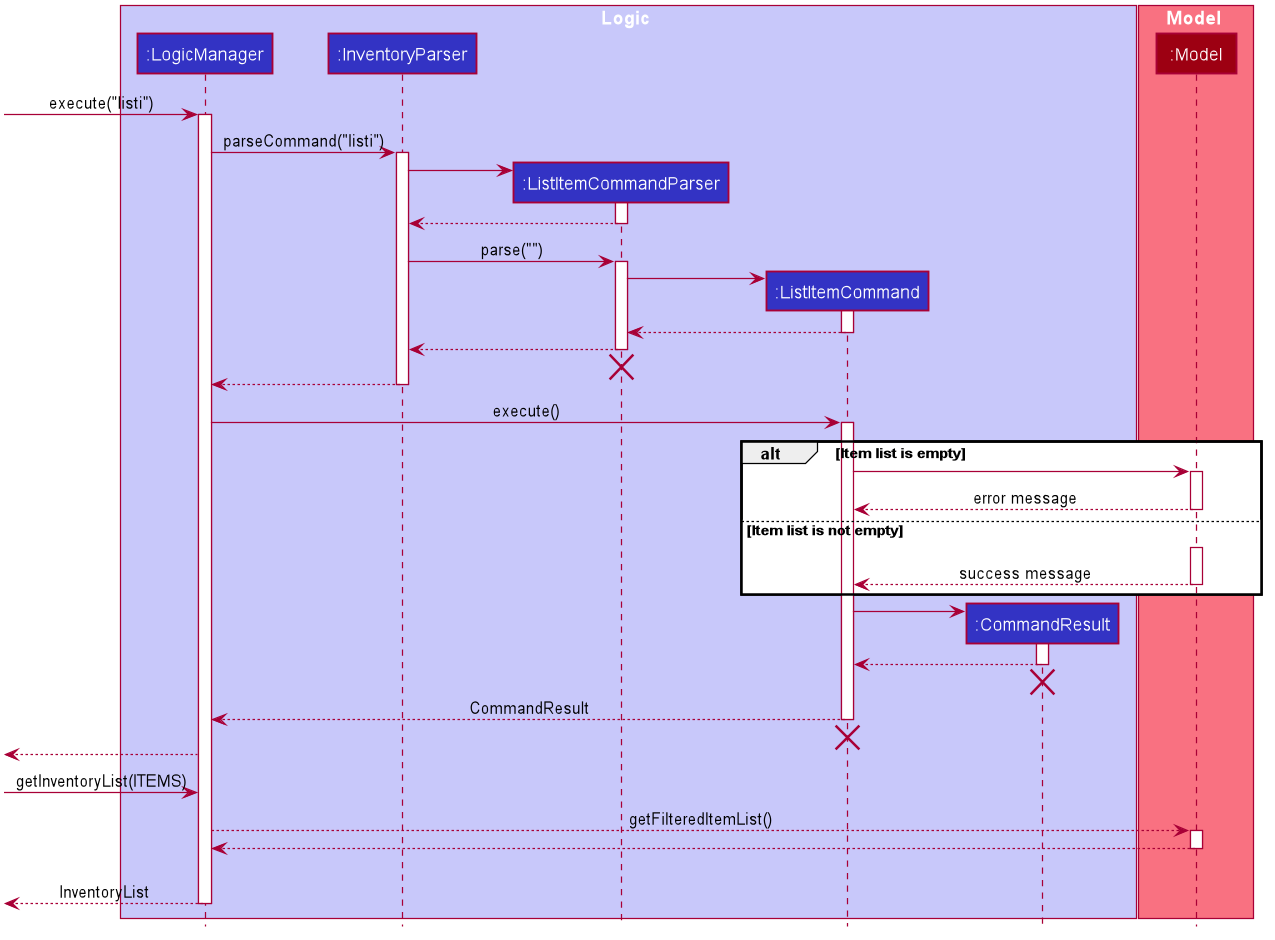
Before: docs/images/commandseqdiagrams/ListItemSequenceDiagram.png, a diagram exported from PlantUML (nus-cs2103-AY2021S1/tp). Source of this version:
```plantuml
@startuml








skinparam BackgroundColor #FFFFFFF

skinparam Shadowing false

skinparam Class {
    FontColor #FFFFFF
    BorderThickness 1
    BorderColor #FFFFFF
    StereotypeFontColor #FFFFFF
    FontName Arial
}

skinparam Actor {
    BorderColor #000000
    Color #000000
    FontName Arial
}

skinparam Sequence {
    MessageAlign center
    BoxFontSize 15
    BoxPadding 0
    BoxFontColor #FFFFFF
    FontName Arial
}

skinparam Participant {
    FontColor #FFFFFFF
    Padding 20
}

skinparam MinClassWidth 50
skinparam ParticipantPadding 10
skinparam Shadowing false
skinparam DefaultTextAlignment center
skinparam packageStyle Rectangle

hide footbox
hide members
hide circle

box Logic #C8C8FA
participant ":LogicManager" as LogicManager #3333C4
participant ":InventoryParser" as InventoryParser #3333C4
participant ":ListItemCommandParser" as ListItemCommandParser #3333C4
participant ":ListItemCommand" as ListItemCommand #3333C4
participant ":CommandResult" as CommandResult #3333C4

end box

box Model #F97181
participant ":Model" as Model #9D0012
end box

[-> LogicManager : execute("listi")
activate LogicManager

LogicManager -> InventoryParser : parseCommand("listi")
activate InventoryParser

create ListItemCommandParser
InventoryParser -> ListItemCommandParser
activate ListItemCommandParser

ListItemCommandParser --> InventoryParser
deactivate ListItemCommandParser

InventoryParser -> ListItemCommandParser : parse("")
activate ListItemCommandParser

create ListItemCommand
ListItemCommandParser -> ListItemCommand
activate ListItemCommand

ListItemCommand --> ListItemCommandParser :
deactivate ListItemCommand

ListItemCommandParser --> InventoryParser :
deactivate ListItemCommandParser
ListItemCommandParser -[hidden]-> InventoryParser
destroy ListItemCommandParser

InventoryParser --> LogicManager :
deactivate InventoryParser

LogicManager -> ListItemCommand : execute()
activate ListItemCommand

alt Item list is empty
    ListItemCommand -> Model :
    activate Model
    Model --> ListItemCommand : error message
    deactivate Model
else Item list is not empty
    ListItemCommand -[hidden]->  Model
    activate Model
    Model --> ListItemCommand : success message
    deactivate Model
end


create CommandResult
ListItemCommand -> CommandResult
activate CommandResult

CommandResult --> ListItemCommand
deactivate CommandResult
CommandResult -[hidden]-> ListItemCommand
destroy CommandResult

ListItemCommand --> LogicManager : CommandResult
deactivate ListItemCommand
ListItemCommand -[hidden]-> LogicManager
destroy ListItemCommand

[<--LogicManager
[-> LogicManager : getInventoryList(ITEMS)

LogicManager --> Model : getFilteredItemList()
activate Model
Model --> LogicManager :
deactivate Model

CommandResult -[hidden]-> LogicManager
[<--LogicManager : InventoryList
deactivate LogicManager
@enduml
```
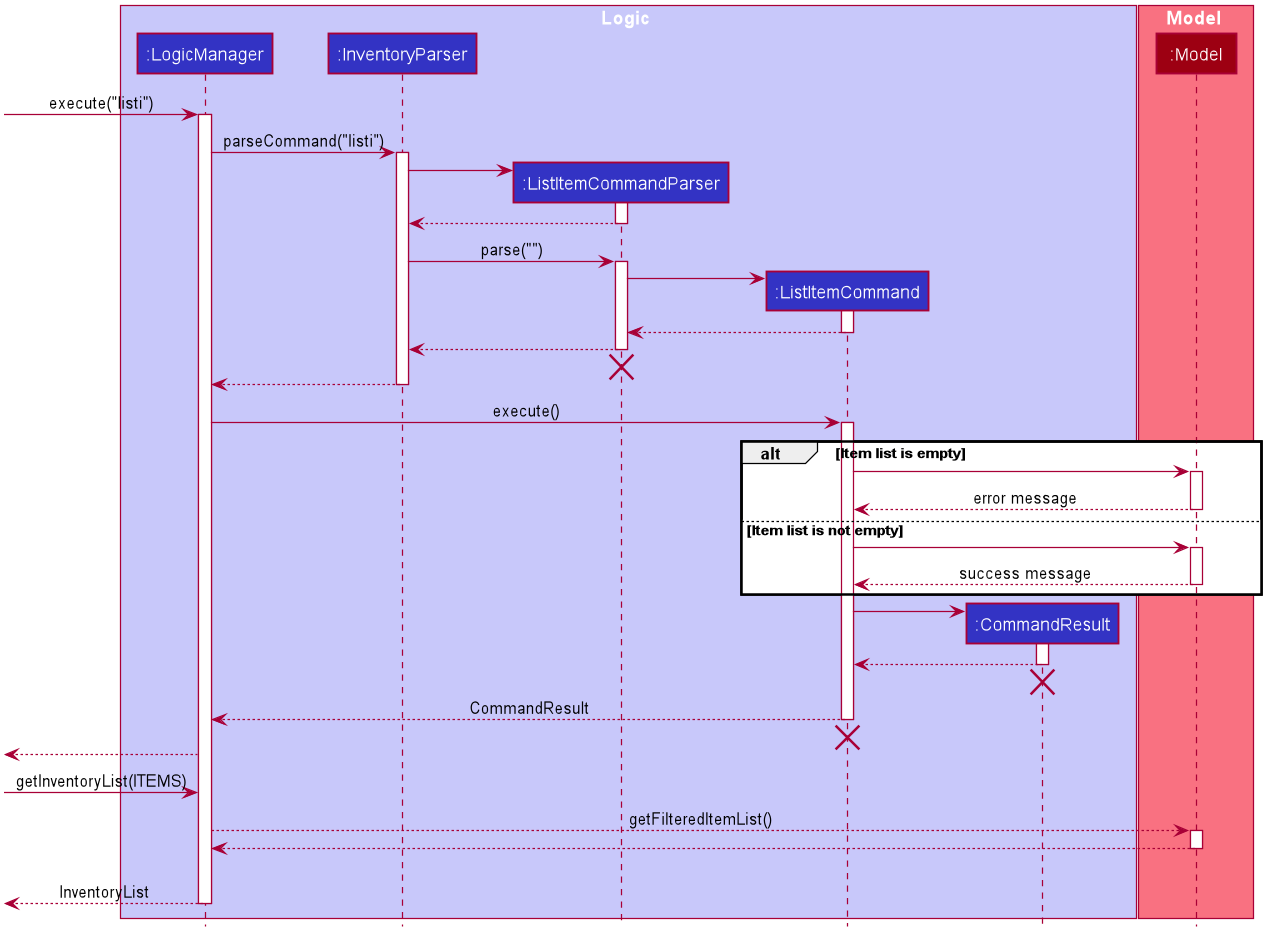
The same diagram one commit later.

Change to the diagram source:
```diff
@@ -96,12 +96,12 @@
 activate ListItemCommand
 
 alt Item list is empty
-    ListItemCommand -> Model :
+    ListItemCommand -> Model
     activate Model
     Model --> ListItemCommand : error message
     deactivate Model
 else Item list is not empty
-    ListItemCommand -[hidden]->  Model
+    ListItemCommand ->  Model
     activate Model
     Model --> ListItemCommand : success message
     deactivate Model
```
